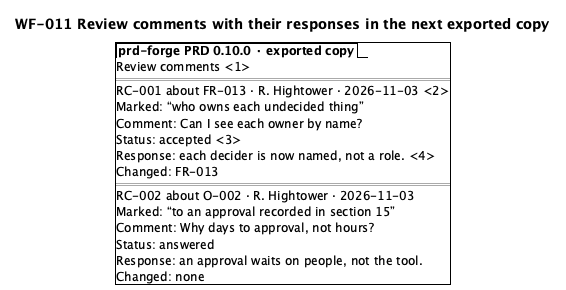
Before: docs/prd/prd-forge/diagrams/WF-011.png, a diagram exported from PlantUML (SpillwaveSolutions/prd-forge).
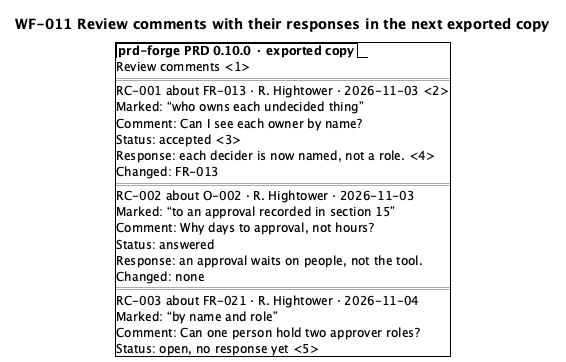
The same file after the commit.

What changed in the source:
```diff
@@ -17,5 +17,10 @@
   Status: answered
   Response: an approval waits on people, not the tool.
   Changed: none
+  ==
+  RC-003 about FR-021 · R. Hightower · 2026-11-04
+  Marked: “by name and role”
+  Comment: Can one person hold two approver roles?
+  Status: open, no response yet <5>
 }
 @endsalt
```
